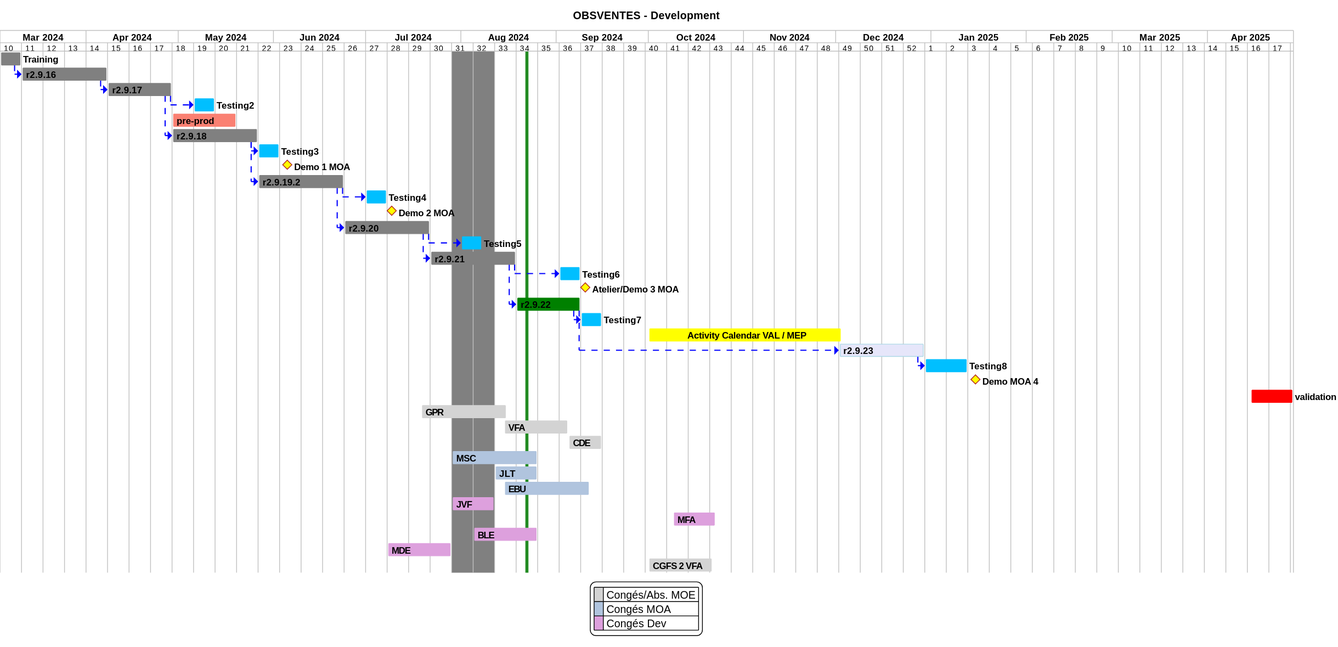
This is projects/obsvente/not/images/refonte-obsventes-planning-sprints.svg from sumaris-net/sumaris-doc, a PlantUML export, as it was before one commit.
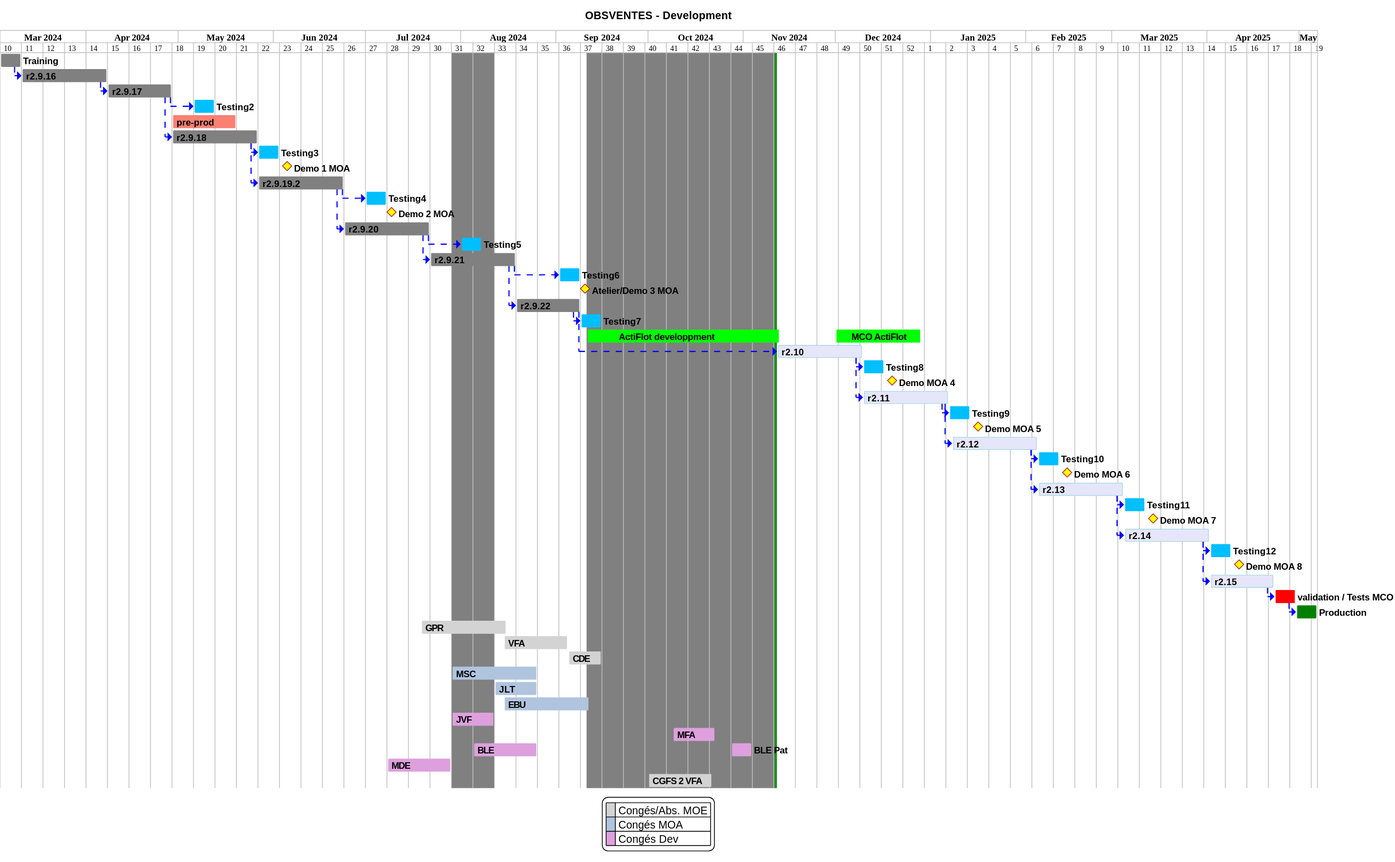
The same file after the commit.

Commit message:
[not] Update planning for COPIL meeting

The edit, as a diff of the source:
```diff
@@ -102,7 +102,7 @@
 [Atelier/Demo 3 MOA] happens the 10th of September 2024
 
 [r2.9.22] as [TASK7] requires 3 weeks and starts the 19th of August 2024
-[TASK7] is colored in green
+[TASK7] is colored in grey
 [TASK6]->[TASK7]
 [Testing7] requires 1 week
 [TASK7]->[Testing7]
@@ -110,18 +110,64 @@
 
 
 
-[               Activity Calendar VAL / MEP] as [ActivityCalendarMEP] starts 1th October 2024 and requires 9 weeks
-[ActivityCalendarMEP] is colored in yellow
+[            ActiFlot developpment] as [ActivityCalendarMEP] requires 9 week and starts 11th September 2024
+[ActivityCalendarMEP] is colored in lime
 
+[     MCO ActiFlot ] as [ActivityCalendarMCO] requires 4 week and starts 1th December 2024
+[ActivityCalendarMCO] is colored in lime
 
-[r2.9.23] as [TASK8] requires 4 weeks and starts the 2th of December 2024
+[ActivityCalendarMEP] displays on same row as [ActivityCalendarMCO]
+
+[r2.10] as [TASK8] requires 4 weeks and starts the 12th of November 2024
 [TASK8] is colored in Lavender/LightBlue
 [TASK7]->[TASK8]
-[Testing8] requires 2 week
+[Testing8] requires 1 week
 [TASK8]->[Testing8]
 [Demo MOA 4] happens 3 day after [Testing8]'s end
 
-[validation] as [VAL] requires 2 week and starts the 15th of April 2025
+
+[r2.11] as [TASK9] requires 4 weeks and starts the 9th of December 2024
+[TASK9] is colored in Lavender/LightBlue
+[TASK8]->[TASK9]
+[Testing9] requires 1 week
+[TASK9]->[Testing9]
+[Demo MOA 5] happens 3 day after [Testing9]'s end
+
+[r2.12] as [TASK10] requires 4 weeks and starts the 8th of January 2025
+[TASK10] is colored in Lavender/LightBlue
+[TASK9]->[TASK10]
+[Testing10] requires 1 week
+[TASK10]->[Testing10]
+[Demo MOA 6] happens 3 day after [Testing10]'s end
+
+[r2.13] as [TASK11] requires 4 weeks and starts the 5th of Febrary 2025
+[TASK11] is colored in Lavender/LightBlue
+[TASK10]->[TASK11]
+[Testing11] requires 1 week
+[TASK11]->[Testing11]
+[Demo MOA 7] happens 3 day after [Testing11]'s end
+
+[r2.14] as [TASK12] requires 4 weeks and starts the 4th of March 2025
+[TASK12] is colored in Lavender/LightBlue
+[TASK11]->[TASK12]
+[Testing12] requires 1 week
+[TASK12]->[Testing12]
+[Demo MOA 8] happens 3 day after [Testing12]'s end
+
+[r2.15] as [TASK13] requires 3 weeks and starts the 1th of April 2025
+[TASK13] is colored in Lavender/LightBlue
+[TASK12]->[TASK13]
+
+
+[validation / Tests MCO] as [VAL] requires 1 week and starts the 10th of April 2025
+[VAL] is colored in orange
+[TASK13]->[VAL]
+
+[Production] as [PROD] requires 1 week and starts the 2th of December 2024
+[PROD] is colored in green
+[VAL]->[PROD]
+
+[validation] as [VAL] requires 1 week and starts the 1th of April 2025
 [VAL] is colored in red
 
 
@@ -144,12 +190,17 @@
 [JVF] as [CONG_JVF] requires 2 week and starts the 29th of July 2024
 [JVF] is colored in plum
 2024-07-29 to 2024-08-11 is colored in grey
+2024-09-11 to 2024-11-11 is colored in grey
 
 [MFA] as [CONG_MFA] requires 2 week and starts the 09th of October 2024
 [MFA] is colored in plum
 
 [BLE] as [CONG_BLE] requires 3 week and starts the 5th of August 2024
 [BLE] is colored in plum
+
+[BLE Pat] as [PAT_BLE] requires 1 week and starts the 28th of October 2024
+[BLE Pat] is colored in plum
+[BLE Pat] displays on same row as [BLE]
 
 [MDE] as [CONG_MDE] requires 3 week and starts the 8th of July 2024
 [MDE] is colored in plum
```
